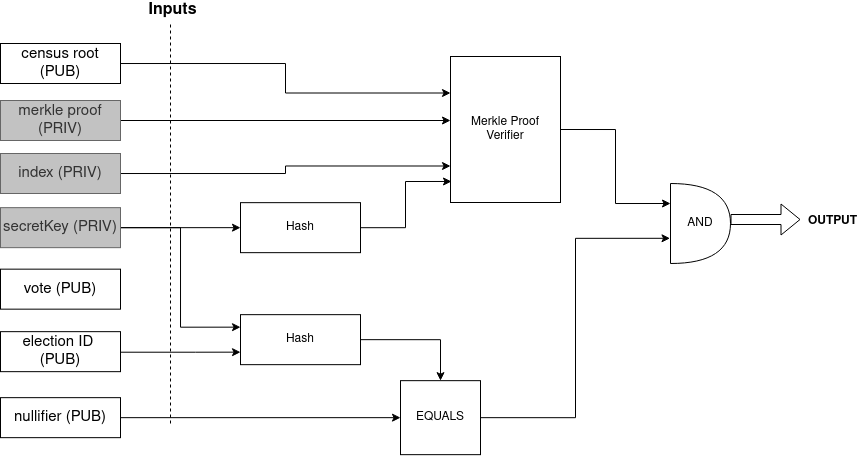
Above: src/.vuepress/public/zk-census-proof-circuit-diagram.png in vocdoni/docs (draw.io), before the change. Source tidied: cells renumbered, new cells last; positions are measured from the earlier drawing's top-left corner, leaving out a move shared by most shapes. The source it was exported from:
```xml
<mxGraphModel>
  <root>
    <mxCell id="0" />
    <mxCell id="1" parent="0" />
    <mxCell id="2" style="edgeStyle=orthogonalEdgeStyle;rounded=0;jettySize=auto;html=1;entryX=0;entryY=0.25;entryDx=0;entryDy=0;" parent="1" edge="1" source="3" target="17">
      <mxGeometry relative="1" as="geometry" />
    </mxCell>
    <mxCell id="3" value="&lt;font style=&quot;font-size: 15px&quot;&gt;census root (PUB)&lt;/font&gt;" style="rounded=0;whiteSpace=wrap;html=1;" parent="1" vertex="1">
      <mxGeometry y="43" width="120" height="40" as="geometry" />
    </mxCell>
    <mxCell id="4" style="edgeStyle=orthogonalEdgeStyle;rounded=0;jettySize=auto;html=1;entryX=0;entryY=0.5;entryDx=0;entryDy=0;" parent="1" edge="1" source="5">
      <mxGeometry relative="1" as="geometry">
        <mxPoint x="450" y="120" as="targetPoint" />
      </mxGeometry>
    </mxCell>
    <mxCell id="5" value="&lt;font style=&quot;font-size: 15px&quot;&gt;merkle proof (PRIV)&lt;/font&gt;" style="rounded=0;whiteSpace=wrap;html=1;fillColor=#C2C2C2;strokeColor=#666666;fontColor=#333333;" parent="1" vertex="1">
      <mxGeometry y="100" width="120" height="40" as="geometry" />
    </mxCell>
    <mxCell id="6" style="edgeStyle=orthogonalEdgeStyle;rounded=0;jettySize=auto;html=1;exitX=1;exitY=0.5;exitDx=0;exitDy=0;entryX=0;entryY=0.5;entryDx=0;entryDy=0;" parent="1" edge="1" source="8" target="19">
      <mxGeometry relative="1" as="geometry" />
    </mxCell>
    <mxCell id="7" style="edgeStyle=orthogonalEdgeStyle;rounded=0;jettySize=auto;html=1;entryX=0;entryY=0.25;entryDx=0;entryDy=0;" parent="1" edge="1" source="8" target="21">
      <mxGeometry relative="1" as="geometry" />
    </mxCell>
    <mxCell id="8" value="&lt;font style=&quot;font-size: 15px&quot;&gt;secretKey (PRIV)&lt;/font&gt;" style="rounded=0;whiteSpace=wrap;html=1;strokeColor=#666666;fontColor=#333333;fillColor=#C2C2C2;" parent="1" vertex="1">
      <mxGeometry y="207.2" width="120" height="40" as="geometry" />
    </mxCell>
    <mxCell id="9" value="&lt;font style=&quot;font-size: 15px&quot;&gt;vote (PUB)&lt;/font&gt;" style="rounded=0;whiteSpace=wrap;html=1;" parent="1" vertex="1">
      <mxGeometry y="268.7" width="120" height="40" as="geometry" />
    </mxCell>
    <mxCell id="10" style="edgeStyle=orthogonalEdgeStyle;rounded=0;jettySize=auto;html=1;entryX=0;entryY=0.75;entryDx=0;entryDy=0;" parent="1" edge="1" source="11" target="21">
      <mxGeometry relative="1" as="geometry">
        <Array as="points">
          <mxPoint x="195" y="351.2" />
        </Array>
      </mxGeometry>
    </mxCell>
    <mxCell id="11" value="&lt;font style=&quot;font-size: 15px&quot;&gt;election ID&amp;nbsp; (PUB)&lt;/font&gt;" style="rounded=0;whiteSpace=wrap;html=1;" parent="1" vertex="1">
      <mxGeometry y="331.2" width="120" height="40" as="geometry" />
    </mxCell>
    <mxCell id="12" style="edgeStyle=orthogonalEdgeStyle;rounded=0;jettySize=auto;html=1;entryX=0;entryY=0.5;entryDx=0;entryDy=0;" parent="1" edge="1" source="13" target="23">
      <mxGeometry relative="1" as="geometry" />
    </mxCell>
    <mxCell id="13" value="&lt;font style=&quot;font-size: 15px&quot;&gt;nullifier (PUB)&lt;/font&gt;" style="rounded=0;whiteSpace=wrap;html=1;" parent="1" vertex="1">
      <mxGeometry y="397.2" width="120" height="40" as="geometry" />
    </mxCell>
    <mxCell id="14" style="endArrow=none;dashed=1;html=1;" parent="1" edge="1">
      <mxGeometry relative="1" as="geometry">
        <mxPoint x="170" y="423" as="sourcePoint" />
        <mxPoint x="170" y="23" as="targetPoint" />
      </mxGeometry>
    </mxCell>
    <mxCell id="15" value="&lt;b&gt;&lt;font style=&quot;font-size: 16px&quot;&gt;Inputs&lt;/font&gt;&lt;/b&gt;" style="text;html=1;align=center;verticalAlign=middle;" parent="1" vertex="1">
      <mxGeometry x="142" width="60" height="20" as="geometry" />
    </mxCell>
    <mxCell id="16" style="edgeStyle=orthogonalEdgeStyle;rounded=0;jettySize=auto;html=1;exitX=1;exitY=0.5;exitDx=0;exitDy=0;entryX=0;entryY=0.25;entryDx=0;entryDy=0;entryPerimeter=0;" parent="1" edge="1" source="17" target="24">
      <mxGeometry relative="1" as="geometry" />
    </mxCell>
    <mxCell id="17" value="Merkle Proof Verifier" style="rounded=0;whiteSpace=wrap;html=1;" parent="1" vertex="1">
      <mxGeometry x="450" y="56" width="110" height="146" as="geometry" />
    </mxCell>
    <mxCell id="18" style="edgeStyle=orthogonalEdgeStyle;rounded=0;jettySize=auto;html=1;entryX=0.009;entryY=0.856;entryDx=0;entryDy=0;entryPerimeter=0;" parent="1" edge="1" source="19" target="17">
      <mxGeometry relative="1" as="geometry" />
    </mxCell>
    <mxCell id="19" value="Hash" style="rounded=0;whiteSpace=wrap;html=1;" parent="1" vertex="1">
      <mxGeometry x="240" y="202.2" width="120" height="50" as="geometry" />
    </mxCell>
    <mxCell id="20" style="edgeStyle=orthogonalEdgeStyle;rounded=0;jettySize=auto;html=1;exitX=1;exitY=0.5;exitDx=0;exitDy=0;entryX=0.5;entryY=0;entryDx=0;entryDy=0;" parent="1" edge="1" source="21" target="23">
      <mxGeometry relative="1" as="geometry" />
    </mxCell>
    <mxCell id="21" value="Hash" style="rounded=0;whiteSpace=wrap;html=1;" parent="1" vertex="1">
      <mxGeometry x="240" y="314.2" width="120" height="50" as="geometry" />
    </mxCell>
    <mxCell id="22" style="edgeStyle=orthogonalEdgeStyle;rounded=0;jettySize=auto;html=1;exitX=1;exitY=0.5;exitDx=0;exitDy=0;entryX=-0.008;entryY=0.685;entryDx=0;entryDy=0;entryPerimeter=0;" parent="1" edge="1" source="23" target="24">
      <mxGeometry relative="1" as="geometry" />
    </mxCell>
    <mxCell id="23" value="EQUALS" style="rounded=0;whiteSpace=wrap;html=1;" parent="1" vertex="1">
      <mxGeometry x="400" y="380.2" width="80" height="74" as="geometry" />
    </mxCell>
    <mxCell id="24" value="AND" style="shape=or;whiteSpace=wrap;html=1;" parent="1" vertex="1">
      <mxGeometry x="670" y="183" width="60" height="80" as="geometry" />
    </mxCell>
    <mxCell id="25" value="&lt;b&gt;OUTPUT&lt;/b&gt;" style="text;html=1;align=center;verticalAlign=middle;" parent="1" vertex="1">
      <mxGeometry x="802" y="211" width="60" height="20" as="geometry" />
    </mxCell>
    <mxCell id="26" style="shape=flexArrow;endArrow=classic;html=1;" parent="1" edge="1">
      <mxGeometry relative="1" as="geometry">
        <mxPoint x="730" y="219" as="sourcePoint" />
        <mxPoint x="800" y="219" as="targetPoint" />
      </mxGeometry>
    </mxCell>
    <mxCell id="27" style="edgeStyle=orthogonalEdgeStyle;rounded=0;jettySize=auto;html=1;entryX=0;entryY=0.75;entryDx=0;entryDy=0;" parent="1" edge="1" source="28" target="17">
      <mxGeometry relative="1" as="geometry" />
    </mxCell>
    <mxCell id="28" value="&lt;font style=&quot;font-size: 15px&quot;&gt;index (PRIV)&lt;/font&gt;" style="rounded=0;whiteSpace=wrap;html=1;strokeColor=#666666;fontColor=#333333;fillColor=#C2C2C2;" parent="1" vertex="1">
      <mxGeometry y="153" width="120" height="40" as="geometry" />
    </mxCell>
  </root>
</mxGraphModel>
```
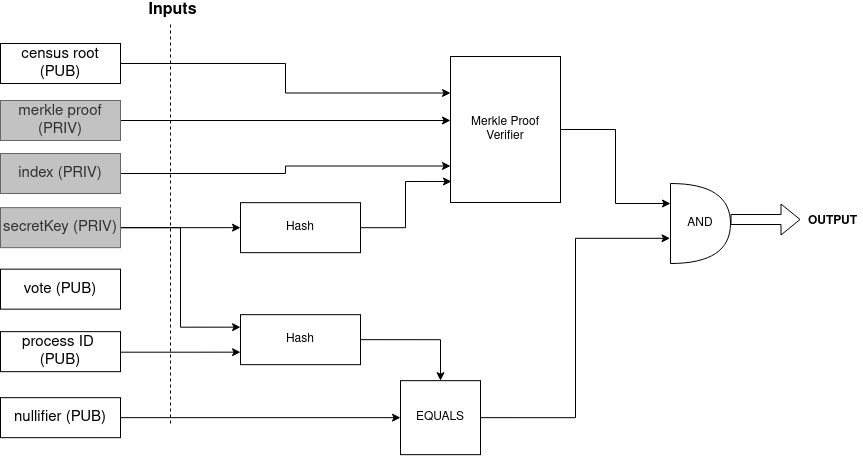
After the commit.

Commit message:
zk-census-proof: update processID approach (#78)

- Change from electionID to processID
- Update circuit input of the processID to be an array of 2 big integers
obtained from the 32-byte array that is the processID

Change to the diagram source:
```diff
@@ -35,7 +35,7 @@
         </Array>
       </mxGeometry>
     </mxCell>
-    <mxCell id="11" value="&lt;font style=&quot;font-size: 15px&quot;&gt;election ID&amp;nbsp; (PUB)&lt;/font&gt;" style="rounded=0;whiteSpace=wrap;html=1;" parent="1" vertex="1">
+    <mxCell id="11" value="&lt;font style=&quot;font-size: 15px&quot;&gt;process ID&amp;nbsp; (PUB)&lt;/font&gt;" style="rounded=0;whiteSpace=wrap;html=1;" parent="1" vertex="1">
       <mxGeometry y="331.2" width="120" height="40" as="geometry" />
     </mxCell>
     <mxCell id="12" style="edgeStyle=orthogonalEdgeStyle;rounded=0;jettySize=auto;html=1;entryX=0;entryY=0.5;entryDx=0;entryDy=0;" parent="1" edge="1" source="13" target="23">
```
